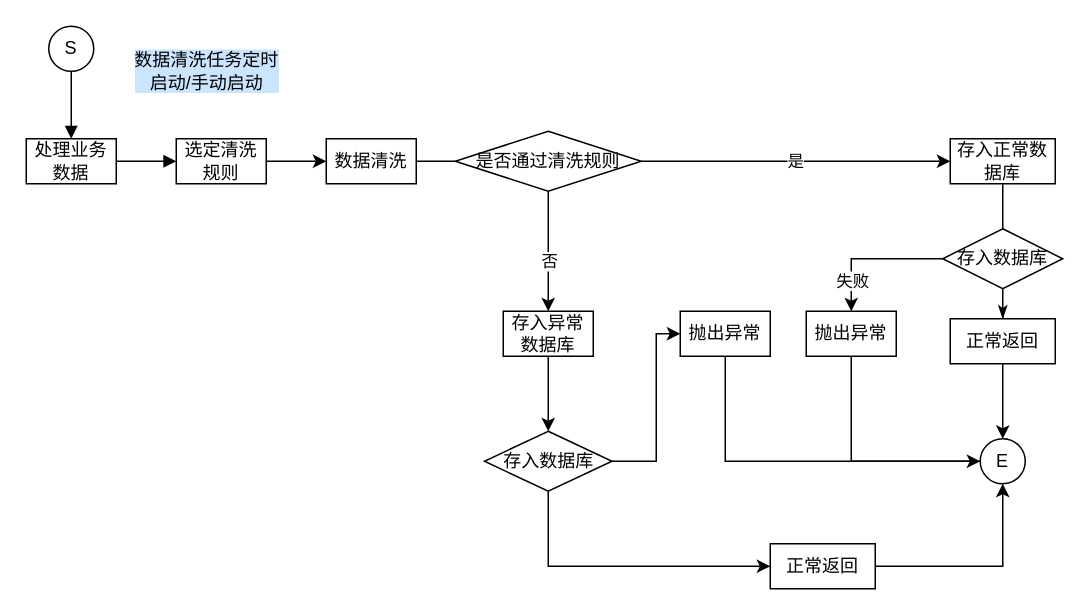
CoderDream/java-architect-util keeps this draw.io diagram as page "4.数据清洗" (4 of 7) of doc/安吉数字化.drawio. Above is the earlier version. Source tidied: cells renumbered, new cells numbered last; positions are measured from the earlier drawing's top-left corner, leaving out a move shared by most shapes. Both pictures are drawn from the tidied source at 150%, with x=0, y=0 at pixel (26, 26).
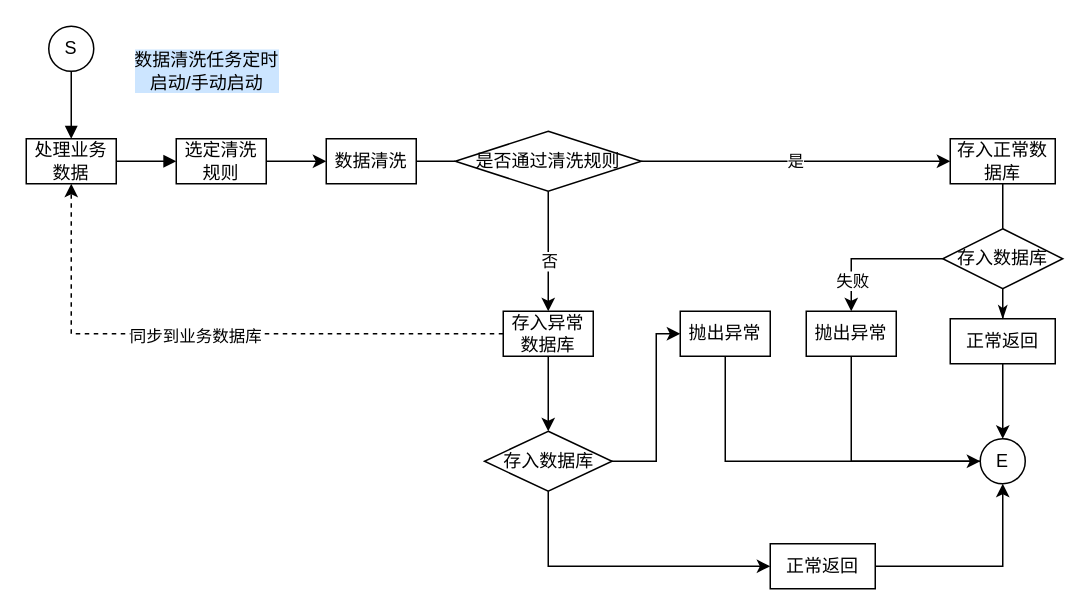
Above is the later version.

The change refers to these unchanged cells:
```xml
<mxCell id="5" value="处理业务数据" style="rounded=0;whiteSpace=wrap;html=1;fillColor=#FFFFFF;" parent="1" vertex="1">
  <mxGeometry y="75" width="60" height="30" as="geometry" />
</mxCell>
<mxCell id="12" value="存入异常数据库" style="rounded=0;whiteSpace=wrap;html=1;fillColor=#FFFFFF;" parent="1" vertex="1">
  <mxGeometry x="318" y="190" width="60" height="30" as="geometry" />
</mxCell>
```

Diff of the diagram source:
```diff
@@
+    <mxCell id="35" style="edgeStyle=orthogonalEdgeStyle;rounded=0;jettySize=auto;html=1;entryX=0.5;entryY=1;entryDx=0;entryDy=0;dashed=1;" parent="1" edge="1" source="12" target="5">
+      <mxGeometry relative="1" as="geometry" />
+    </mxCell>
+    <mxCell id="36" value="同步到业务数据库" style="edgeLabel;html=1;align=center;verticalAlign=middle;" parent="35" vertex="1">
+      <mxGeometry x="0.06" y="1" relative="1" as="geometry" />
+    </mxCell>
```
